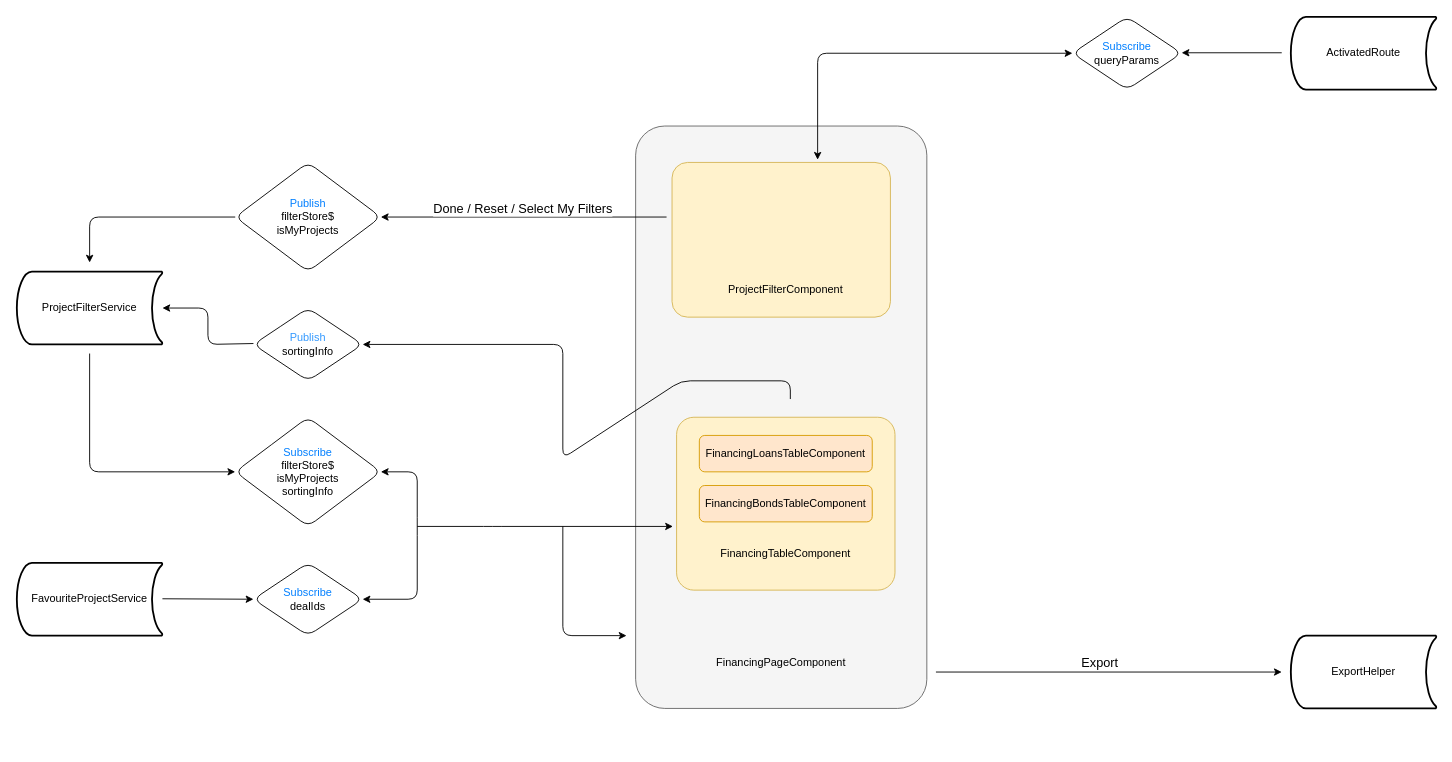
Above: Financing-page.drawio in YeShengdong/diagrams (draw.io), before the change. Source tidied: cells renumbered, new cells numbered last; positions are measured from the earlier drawing's top-left corner, leaving out a move shared by most shapes. Both pictures are drawn from the tidied source at 91%, with x=0, y=0 at pixel (16, 16).
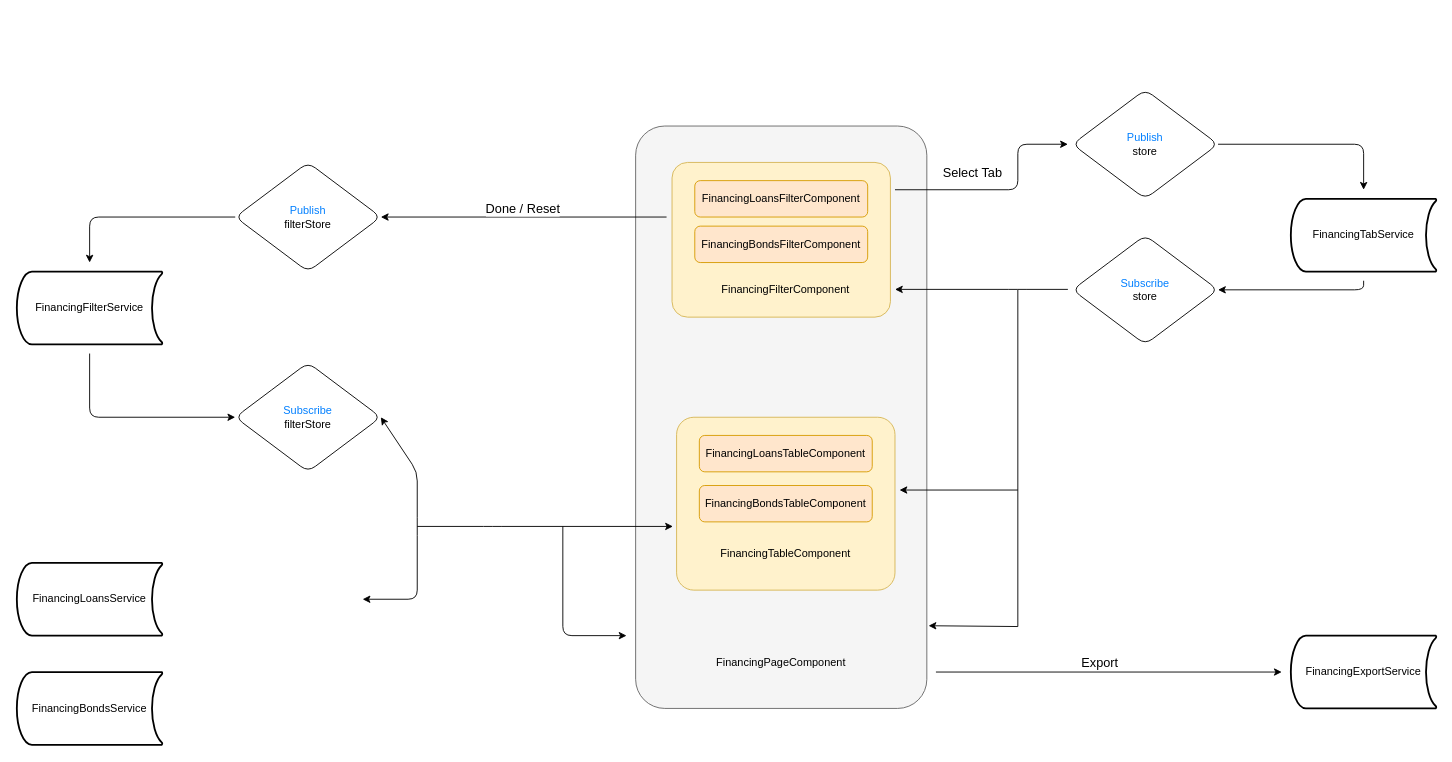
The same diagram, later.

The change refers to these unchanged cells:
```xml
<mxCell id="2" value="&lt;p style=&quot;line-height: 1;&quot;&gt;&lt;br&gt;&lt;/p&gt;" style="rounded=1;arcSize=10;html=1;align=center;whiteSpace=wrap;fillStyle=auto;glass=0;fillColor=#f5f5f5;strokeColor=#666666;fontColor=#333333;" parent="1" vertex="1">
  <mxGeometry x="680" y="120" width="320" height="640" as="geometry" />
</mxCell>
<mxCell id="16" style="endArrow=classic;html=1;rounded=1;strokeColor=default;fontColor=#3399FF;" parent="1" edge="1">
  <mxGeometry relative="1" as="geometry">
    <mxPoint x="714" y="220" as="sourcePoint" />
    <mxPoint x="400" y="220" as="targetPoint" />
  </mxGeometry>
</mxCell>
```

Diff of the diagram source:
```diff
@@
-    <mxCell id="3" value="&lt;font color=&quot;#007fff&quot;&gt;Subscribe&lt;/font&gt;&lt;br&gt;filterStore$&lt;br&gt;isMyProjects&lt;br&gt;sortingInfo" style="shape=rhombus;perimeter=rhombusPerimeter;whiteSpace=wrap;html=1;align=center;rounded=1;" parent="1" vertex="1">
-      <mxGeometry x="240" y="440" width="160" height="120" as="geometry" />
+    <mxCell id="3" value="&lt;font color=&quot;#007fff&quot;&gt;Subscribe&lt;/font&gt;&lt;br&gt;filterStore" style="shape=rhombus;perimeter=rhombusPerimeter;whiteSpace=wrap;html=1;align=center;rounded=1;" parent="1" vertex="1">
+      <mxGeometry x="240" y="380" width="160" height="120" as="geometry" />
     </mxCell>
-    <mxCell id="4" value="&lt;font color=&quot;#007fff&quot;&gt;Subscribe&lt;/font&gt;&lt;br&gt;queryParams" style="shape=rhombus;perimeter=rhombusPerimeter;whiteSpace=wrap;html=1;align=center;rounded=1;" parent="1" vertex="1">
-      <mxGeometry x="1160" width="120" height="80" as="geometry" />
-    </mxCell>
@@
-    <mxCell id="7" value="ProjectFilterComponent" style="text;html=1;strokeColor=none;fillColor=none;align=center;verticalAlign=middle;whiteSpace=wrap;rounded=1;glass=0;fillStyle=auto;" parent="1" vertex="1">
+    <mxCell id="7" value="FinancingFilterComponent" style="text;html=1;strokeColor=none;fillColor=none;align=center;verticalAlign=middle;whiteSpace=wrap;rounded=1;glass=0;fillStyle=auto;" parent="1" vertex="1">
       <mxGeometry x="765" y="280" width="160" height="40" as="geometry" />
     </mxCell>
@@
-    <mxCell id="9" value="ActivatedRoute" style="strokeWidth=2;html=1;shape=mxgraph.flowchart.stored_data;whiteSpace=wrap;glass=0;fillStyle=auto;strokeColor=default;fillColor=none;gradientColor=none;rounded=1;" parent="1" vertex="1">
-      <mxGeometry x="1400" width="160" height="80" as="geometry" />
-    </mxCell>
-    <mxCell id="10" value="ProjectFilterService" style="strokeWidth=2;html=1;shape=mxgraph.flowchart.stored_data;whiteSpace=wrap;glass=0;fillStyle=auto;strokeColor=default;fillColor=none;gradientColor=none;rounded=1;" parent="1" vertex="1">
+    <mxCell id="10" value="FinancingFilterService" style="strokeWidth=2;html=1;shape=mxgraph.flowchart.stored_data;whiteSpace=wrap;glass=0;fillStyle=auto;strokeColor=default;fillColor=none;gradientColor=none;rounded=1;" parent="1" vertex="1">
       <mxGeometry y="280" width="160" height="80" as="geometry" />
     </mxCell>
-    <mxCell id="11" value="&lt;font color=&quot;#007fff&quot;&gt;Publish&lt;/font&gt;&lt;br&gt;filterStore$&lt;br&gt;isMyProjects" style="shape=rhombus;perimeter=rhombusPerimeter;whiteSpace=wrap;html=1;align=center;rounded=1;" parent="1" vertex="1">
+    <mxCell id="11" value="&lt;font color=&quot;#007fff&quot;&gt;Publish&lt;/font&gt;&lt;br&gt;filterStore" style="shape=rhombus;perimeter=rhombusPerimeter;whiteSpace=wrap;html=1;align=center;rounded=1;" parent="1" vertex="1">
       <mxGeometry x="240" y="160" width="160" height="120" as="geometry" />
     </mxCell>
-    <mxCell id="12" value="&lt;font color=&quot;#3399ff&quot;&gt;Publish&lt;/font&gt;&lt;br&gt;sortingInfo" style="shape=rhombus;perimeter=rhombusPerimeter;whiteSpace=wrap;html=1;align=center;rounded=1;" parent="1" vertex="1">
-      <mxGeometry x="260" y="320" width="120" height="80" as="geometry" />
-    </mxCell>
-    <mxCell id="13" value="ExportHelper" style="strokeWidth=2;html=1;shape=mxgraph.flowchart.stored_data;whiteSpace=wrap;glass=0;fillStyle=auto;strokeColor=default;fillColor=none;gradientColor=none;rounded=1;" parent="1" vertex="1">
+    <mxCell id="13" value="FinancingExportService" style="strokeWidth=2;html=1;shape=mxgraph.flowchart.stored_data;whiteSpace=wrap;glass=0;fillStyle=auto;strokeColor=default;fillColor=none;gradientColor=none;rounded=1;" parent="1" vertex="1">
       <mxGeometry x="1400" y="680" width="160" height="80" as="geometry" />
     </mxCell>
-    <mxCell id="14" value="FavouriteProjectService" style="strokeWidth=2;html=1;shape=mxgraph.flowchart.stored_data;whiteSpace=wrap;glass=0;fillStyle=auto;strokeColor=default;fillColor=none;gradientColor=none;rounded=1;" parent="1" vertex="1">
-      <mxGeometry y="600" width="160" height="80" as="geometry" />
-    </mxCell>
-    <mxCell id="15" value="&lt;font color=&quot;#007fff&quot;&gt;Subscribe&lt;/font&gt;&lt;br&gt;dealIds" style="shape=rhombus;perimeter=rhombusPerimeter;whiteSpace=wrap;html=1;align=center;rounded=1;" parent="1" vertex="1">
-      <mxGeometry x="260" y="600" width="120" height="80" as="geometry" />
-    </mxCell>
@@
-    <mxCell id="17" value="Done / Reset / Select My Filters" style="edgeLabel;html=1;align=center;verticalAlign=middle;fontSize=14;rounded=1;" parent="16" vertex="1">
+    <mxCell id="17" value="Done / Reset" style="edgeLabel;html=1;align=center;verticalAlign=middle;fontSize=14;rounded=1;" parent="16" vertex="1">
       <mxGeometry x="0.1" y="3" relative="1" as="geometry">
         <mxPoint x="14" y="-13" as="offset" />
       </mxGeometry>
     </mxCell>
-    <mxCell id="18" style="endArrow=classic;html=1;rounded=1;strokeColor=default;fontColor=#3399FF;" parent="1" edge="1">
-      <mxGeometry relative="1" as="geometry">
-        <mxPoint x="850" y="420" as="sourcePoint" />
-        <mxPoint x="380" y="360" as="targetPoint" />
-        <Array as="points">
-          <mxPoint x="850" y="400" />
-          <mxPoint x="730" y="400" />
-          <mxPoint x="600" y="485" />
-          <mxPoint x="600" y="360" />
-        </Array>
-      </mxGeometry>
-    </mxCell>
@@
-    <mxCell id="20" style="endArrow=classic;html=1;rounded=1;fontSize=11;startSize=6;endSize=6;" parent="1" edge="1">
-      <mxGeometry relative="1" as="geometry">
-        <mxPoint x="260" y="359" as="sourcePoint" />
-        <mxPoint x="160" y="320" as="targetPoint" />
-        <Array as="points">
-          <mxPoint x="210" y="360" />
-          <mxPoint x="210" y="320" />
-        </Array>
-      </mxGeometry>
-    </mxCell>
-    <mxCell id="21" style="endArrow=classic;html=1;rounded=1;fontSize=11;startSize=6;endSize=6;" parent="1" edge="1">
+    <mxCell id="21" style="endArrow=classic;html=1;rounded=1;fontSize=11;startSize=6;endSize=6;entryX=0;entryY=0.5;entryDx=0;entryDy=0;" parent="1" edge="1" target="3">
       <mxGeometry relative="1" as="geometry">
         <mxPoint x="80" y="370" as="sourcePoint" />
-        <mxPoint x="240" y="500" as="targetPoint" />
         <Array as="points">
-          <mxPoint x="80" y="500" />
+          <mxPoint x="80" y="440" />
         </Array>
       </mxGeometry>
     </mxCell>
-    <mxCell id="22" style="endArrow=classic;html=1;rounded=1;fontSize=11;startSize=6;endSize=6;entryX=0;entryY=0.5;entryDx=0;entryDy=0;" parent="1" edge="1" target="15">
-      <mxGeometry relative="1" as="geometry">
-        <mxPoint x="160" y="639.5" as="sourcePoint" />
-      </mxGeometry>
-    </mxCell>
@@
-    <mxCell id="25" style="endArrow=classic;startArrow=classic;html=1;rounded=1;sketch=0;fontSize=11;startSize=6;endSize=6;sourcePerimeterSpacing=6;targetPerimeterSpacing=6;jumpStyle=none;exitX=1;exitY=0.5;exitDx=0;exitDy=0;entryX=1;entryY=0.5;entryDx=0;entryDy=0;" parent="1" edge="1" source="15" target="3">
+    <mxCell id="25" style="endArrow=classic;startArrow=classic;html=1;rounded=1;sketch=0;fontSize=11;startSize=6;endSize=6;sourcePerimeterSpacing=6;targetPerimeterSpacing=6;jumpStyle=none;exitX=1;exitY=0.5;exitDx=0;exitDy=0;entryX=1;entryY=0.5;entryDx=0;entryDy=0;" parent="1" edge="1" target="3">
       <mxGeometry relative="1" as="geometry">
+        <mxPoint x="380" y="640" as="sourcePoint" />
         <Array as="points">
           <mxPoint x="440" y="640" />
           <mxPoint x="440" y="560" />
           <mxPoint x="440" y="500" />
         </Array>
       </mxGeometry>
     </mxCell>
-    <mxCell id="26" style="endArrow=classic;html=1;rounded=1;sketch=0;fontSize=14;fontColor=#3399FF;startSize=6;endSize=6;sourcePerimeterSpacing=6;targetPerimeterSpacing=6;jumpStyle=none;" parent="1" edge="1">
-      <mxGeometry relative="1" as="geometry">
-        <mxPoint x="1390" y="39.5" as="sourcePoint" />
-        <mxPoint x="1280" y="39.5" as="targetPoint" />
-      </mxGeometry>
-    </mxCell>
-    <mxCell id="27" style="endArrow=classic;html=1;rounded=1;sketch=0;fontSize=14;fontColor=#3399FF;startSize=6;endSize=6;sourcePerimeterSpacing=6;targetPerimeterSpacing=6;jumpStyle=none;startArrow=classic;startFill=1;exitX=0;exitY=0.5;exitDx=0;exitDy=0;" parent="1" edge="1" source="4">
-      <mxGeometry relative="1" as="geometry">
-        <mxPoint x="880" y="157" as="targetPoint" />
-        <Array as="points">
-          <mxPoint x="880" y="40" />
-        </Array>
-      </mxGeometry>
-    </mxCell>
@@
+    <mxCell id="33" value="FinancingLoansFilterComponent" style="rounded=1;whiteSpace=wrap;html=1;fillColor=#ffe6cc;strokeColor=#d79b00;" parent="1" vertex="1">
+      <mxGeometry x="745" y="180" width="190" height="40" as="geometry" />
+    </mxCell>
+    <mxCell id="34" value="FinancingBondsFilterComponent" style="rounded=1;whiteSpace=wrap;html=1;fillColor=#ffe6cc;strokeColor=#d79b00;" parent="1" vertex="1">
+      <mxGeometry x="745" y="230" width="190" height="40" as="geometry" />
+    </mxCell>
+    <mxCell id="35" value="FinancingLoansService" style="strokeWidth=2;html=1;shape=mxgraph.flowchart.stored_data;whiteSpace=wrap;glass=0;fillStyle=auto;strokeColor=default;fillColor=none;gradientColor=none;rounded=1;" parent="1" vertex="1">
+      <mxGeometry y="600" width="160" height="80" as="geometry" />
+    </mxCell>
+    <mxCell id="36" value="FinancingBondsService" style="strokeWidth=2;html=1;shape=mxgraph.flowchart.stored_data;whiteSpace=wrap;glass=0;fillStyle=auto;strokeColor=default;fillColor=none;gradientColor=none;rounded=1;" parent="1" vertex="1">
+      <mxGeometry y="720" width="160" height="80" as="geometry" />
+    </mxCell>
+    <mxCell id="37" value="FinancingTabService" style="strokeWidth=2;html=1;shape=mxgraph.flowchart.stored_data;whiteSpace=wrap;glass=0;fillStyle=auto;strokeColor=default;fillColor=none;gradientColor=none;rounded=1;" parent="1" vertex="1">
+      <mxGeometry x="1400" y="200" width="160" height="80" as="geometry" />
+    </mxCell>
+    <mxCell id="38" style="endArrow=none;html=1;rounded=1;strokeColor=default;fontColor=#3399FF;startArrow=classic;startFill=1;endFill=0;exitX=0;exitY=0.5;exitDx=0;exitDy=0;" parent="1" edge="1">
+      <mxGeometry relative="1" as="geometry">
+        <mxPoint x="1155" y="140" as="sourcePoint" />
+        <mxPoint x="965" y="190" as="targetPoint" />
+        <Array as="points">
+          <mxPoint x="1100" y="140" />
+          <mxPoint x="1100" y="190" />
+        </Array>
+      </mxGeometry>
+    </mxCell>
+    <mxCell id="39" value="Select Tab" style="edgeLabel;html=1;align=center;verticalAlign=middle;fontSize=14;rounded=1;" parent="38" vertex="1">
+      <mxGeometry x="0.1" y="3" relative="1" as="geometry">
+        <mxPoint x="-24" y="-23" as="offset" />
+      </mxGeometry>
+    </mxCell>
+    <mxCell id="40" value="&lt;font color=&quot;#007fff&quot;&gt;Publish&lt;/font&gt;&lt;br&gt;store" style="shape=rhombus;perimeter=rhombusPerimeter;whiteSpace=wrap;html=1;align=center;rounded=1;" parent="1" vertex="1">
+      <mxGeometry x="1160" y="80" width="160" height="120" as="geometry" />
+    </mxCell>
+    <mxCell id="41" value="&lt;font color=&quot;#007fff&quot;&gt;Subscribe&lt;/font&gt;&lt;br&gt;store" style="shape=rhombus;perimeter=rhombusPerimeter;whiteSpace=wrap;html=1;align=center;rounded=1;" parent="1" vertex="1">
+      <mxGeometry x="1160" y="240" width="160" height="120" as="geometry" />
+    </mxCell>
+    <mxCell id="42" style="endArrow=classic;html=1;rounded=1;strokeColor=default;fontColor=#3399FF;startArrow=none;startFill=0;endFill=1;exitX=0;exitY=0.5;exitDx=0;exitDy=0;" parent="1" edge="1">
+      <mxGeometry relative="1" as="geometry">
+        <mxPoint x="1155" y="299.5" as="sourcePoint" />
+        <mxPoint x="965" y="299.5" as="targetPoint" />
+        <Array as="points">
+          <mxPoint x="1100" y="299.5" />
+        </Array>
+      </mxGeometry>
+    </mxCell>
+    <mxCell id="43" style="endArrow=classic;html=1;rounded=1;strokeColor=default;fontColor=#3399FF;startArrow=none;startFill=0;endFill=1;" parent="1" edge="1">
+      <mxGeometry relative="1" as="geometry">
+        <mxPoint x="1480" y="290" as="sourcePoint" />
+        <mxPoint x="1320" y="300" as="targetPoint" />
+        <Array as="points">
+          <mxPoint x="1480" y="300" />
+        </Array>
+      </mxGeometry>
+    </mxCell>
+    <mxCell id="44" style="endArrow=none;html=1;rounded=1;strokeColor=default;fontColor=#3399FF;startArrow=classic;startFill=1;endFill=0;" parent="1" edge="1">
+      <mxGeometry relative="1" as="geometry">
+        <mxPoint x="1480" y="190" as="sourcePoint" />
+        <mxPoint x="1320" y="140" as="targetPoint" />
+        <Array as="points">
+          <mxPoint x="1480" y="140" />
+        </Array>
+      </mxGeometry>
+    </mxCell>
+    <mxCell id="45" style="endArrow=classic;html=1;rounded=0;strokeColor=default;fontColor=#3399FF;startArrow=none;startFill=0;endFill=1;" parent="1" edge="1">
+      <mxGeometry relative="1" as="geometry">
+        <mxPoint x="1100" y="300" as="sourcePoint" />
+        <mxPoint x="970" y="520" as="targetPoint" />
+        <Array as="points">
+          <mxPoint x="1100" y="520" />
+        </Array>
+      </mxGeometry>
+    </mxCell>
+    <mxCell id="46" style="endArrow=classic;html=1;rounded=0;strokeColor=default;fontColor=#3399FF;startArrow=none;startFill=0;endFill=1;entryX=1.006;entryY=0.858;entryDx=0;entryDy=0;entryPerimeter=0;" parent="1" edge="1" target="2">
+      <mxGeometry relative="1" as="geometry">
+        <mxPoint x="1100" y="520" as="sourcePoint" />
+        <Array as="points">
+          <mxPoint x="1100" y="670" />
+        </Array>
+      </mxGeometry>
+    </mxCell>
```
